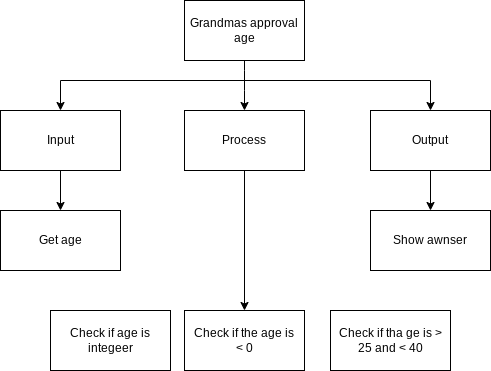
Earlier version of the draw.io export design/top_down.png (Emmanuel-Fofeyin/ICS3U-Unit3-07-Python). Source tidied: cells renumbered, new cells last; positions are measured from the earlier drawing's top-left corner, leaving out a move shared by most shapes.
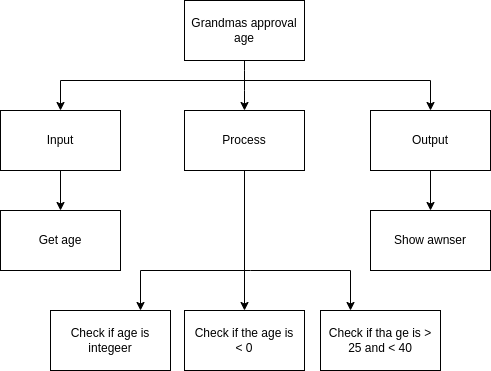
After the commit.

Diff of the diagram source:
```diff
@@ -52,11 +52,27 @@
     <mxCell id="14" value="Show awnser" style="rounded=0;whiteSpace=wrap;html=1;" parent="1" vertex="1">
       <mxGeometry x="370" y="210" width="120" height="60" as="geometry" />
     </mxCell>
+    <mxCell id="17" style="edgeStyle=none;html=1;entryX=0.75;entryY=0;entryDx=0;entryDy=0;rounded=0;" parent="1" edge="1" target="15">
+      <mxGeometry relative="1" as="geometry">
+        <mxPoint x="250" y="270" as="sourcePoint" />
+        <Array as="points">
+          <mxPoint x="140" y="270" />
+        </Array>
+      </mxGeometry>
+    </mxCell>
     <mxCell id="15" value="Check if age is integeer" style="rounded=0;whiteSpace=wrap;html=1;" parent="1" vertex="1">
       <mxGeometry x="50" y="310" width="120" height="60" as="geometry" />
     </mxCell>
+    <mxCell id="18" style="edgeStyle=none;rounded=0;html=1;entryX=0.25;entryY=0;entryDx=0;entryDy=0;" parent="1" edge="1" target="16">
+      <mxGeometry relative="1" as="geometry">
+        <mxPoint x="250" y="270" as="sourcePoint" />
+        <Array as="points">
+          <mxPoint x="350" y="270" />
+        </Array>
+      </mxGeometry>
+    </mxCell>
     <mxCell id="16" value="Check if tha ge is &amp;gt; 25 and &amp;lt; 40" style="rounded=0;whiteSpace=wrap;html=1;" parent="1" vertex="1">
-      <mxGeometry x="330" y="310" width="120" height="60" as="geometry" />
+      <mxGeometry x="320" y="310" width="120" height="60" as="geometry" />
     </mxCell>
   </root>
 </mxGraphModel>
```
